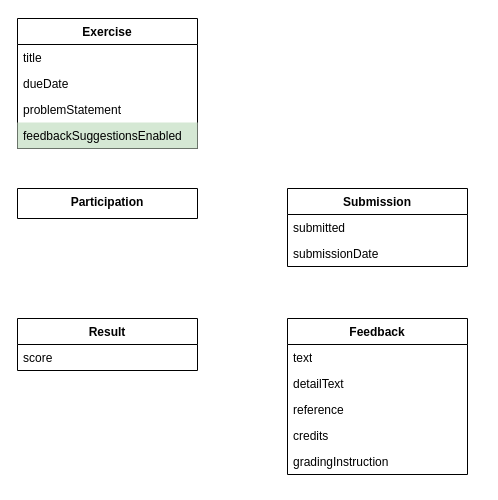
Earlier version of the draw.io diagram page "artemis" (1 of 2) of figures/src/db-class-diagram.drawio (pal03377/master-thesis). Source tidied: cells renumbered, new cells numbered last; positions are measured from the earlier drawing's top-left corner, leaving out a move shared by most shapes. Both pictures are drawn from the tidied source at 100%, with x=0, y=0 at pixel (17, 18).
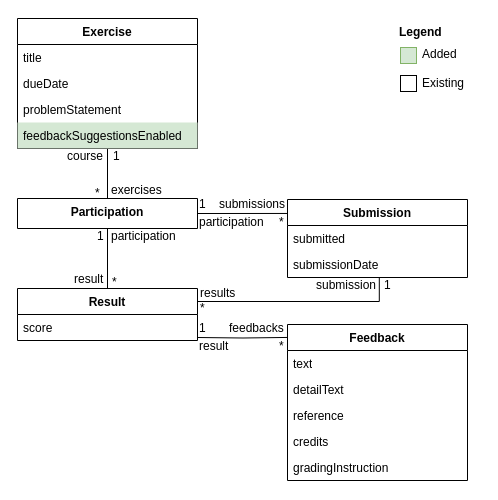
The same diagram, later.

The change refers to these unchanged cells:
```xml
<mxCell id="2" value="Exercise" style="swimlane;fontStyle=1;align=center;verticalAlign=top;horizontal=1;startSize=26;whiteSpace=wrap;html=1;" parent="1" vertex="1">
  <mxGeometry width="180" height="130" as="geometry" />
</mxCell>
<mxCell id="10" value="submissionDate" style="text;strokeColor=none;fillColor=none;align=left;verticalAlign=top;spacingLeft=4;spacingRight=4;overflow=hidden;points=[[0,0.5],[1,0.5]];portConstraint=eastwest;whiteSpace=wrap;html=1;" parent="8" vertex="1">
  <mxGeometry y="52" width="180" height="26" as="geometry" />
</mxCell>
```

The edit, as a diff of the source:
```diff
@@
+    <mxCell id="19" style="edgeStyle=orthogonalEdgeStyle;rounded=0;jettySize=auto;html=1;exitX=0.5;exitY=1;exitDx=0;exitDy=0;entryX=0.5;entryY=0;entryDx=0;entryDy=0;endArrow=none;endFill=0;" parent="1" edge="1" source="2" target="7">
+      <mxGeometry relative="1" as="geometry" />
+    </mxCell>
@@
+    <mxCell id="20" style="edgeStyle=orthogonalEdgeStyle;rounded=0;jettySize=auto;html=1;exitX=1;exitY=0.5;exitDx=0;exitDy=0;entryX=0.004;entryY=0.179;entryDx=0;entryDy=0;entryPerimeter=0;endArrow=none;endFill=0;" parent="1" edge="1" source="7" target="8">
+      <mxGeometry relative="1" as="geometry" />
+    </mxCell>
+    <mxCell id="21" style="edgeStyle=orthogonalEdgeStyle;rounded=0;jettySize=auto;html=1;exitX=0.5;exitY=1;exitDx=0;exitDy=0;entryX=0.5;entryY=0;entryDx=0;entryDy=0;endArrow=none;endFill=0;" parent="1" edge="1" source="7" target="11">
+      <mxGeometry relative="1" as="geometry" />
+    </mxCell>
     <mxCell id="7" value="Participation" style="swimlane;fontStyle=1;align=center;verticalAlign=top;horizontal=1;startSize=30;whiteSpace=wrap;html=1;" parent="1" vertex="1">
-      <mxGeometry y="170" width="180" height="30" as="geometry" />
+      <mxGeometry y="180" width="180" height="30" as="geometry" />
     </mxCell>
     <mxCell id="8" value="Submission" style="swimlane;fontStyle=1;align=center;verticalAlign=top;horizontal=1;startSize=26;whiteSpace=wrap;html=1;" parent="1" vertex="1">
-      <mxGeometry x="270" y="170" width="180" height="78" as="geometry" />
+      <mxGeometry x="270" y="181" width="180" height="78" as="geometry" />
     </mxCell>
@@
+    <mxCell id="22" style="edgeStyle=orthogonalEdgeStyle;rounded=0;jettySize=auto;html=1;exitX=1;exitY=0.25;exitDx=0;exitDy=0;entryX=0;entryY=0.083;entryDx=0;entryDy=0;entryPerimeter=0;endArrow=none;endFill=0;" parent="1" edge="1" target="13">
+      <mxGeometry relative="1" as="geometry">
+        <mxPoint x="180" y="319" as="sourcePoint" />
+      </mxGeometry>
+    </mxCell>
+    <mxCell id="23" style="edgeStyle=orthogonalEdgeStyle;rounded=0;jettySize=auto;html=1;exitX=1;exitY=0.25;exitDx=0;exitDy=0;entryX=0.51;entryY=1.004;entryDx=0;entryDy=0;entryPerimeter=0;endArrow=none;endFill=0;" parent="1" edge="1" source="11" target="10">
+      <mxGeometry relative="1" as="geometry" />
+    </mxCell>
     <mxCell id="11" value="Result" style="swimlane;fontStyle=1;align=center;verticalAlign=top;horizontal=1;startSize=26;whiteSpace=wrap;html=1;" parent="1" vertex="1">
-      <mxGeometry y="300" width="180" height="52" as="geometry" />
+      <mxGeometry y="270" width="180" height="52" as="geometry" />
     </mxCell>
@@
     <mxCell id="13" value="Feedback" style="swimlane;fontStyle=1;align=center;verticalAlign=top;horizontal=1;startSize=26;whiteSpace=wrap;html=1;" parent="1" vertex="1">
-      <mxGeometry x="270" y="300" width="180" height="156" as="geometry" />
+      <mxGeometry x="270" y="306" width="180" height="156" as="geometry" />
     </mxCell>
@@
+    <mxCell id="24" value="course" style="text;html=1;strokeColor=none;fillColor=none;align=left;verticalAlign=middle;whiteSpace=wrap;rounded=0;" parent="1" vertex="1">
+      <mxGeometry x="48" y="133" width="46" height="10" as="geometry" />
+    </mxCell>
+    <mxCell id="25" value="1" style="text;html=1;strokeColor=none;fillColor=none;align=left;verticalAlign=middle;whiteSpace=wrap;rounded=0;" parent="1" vertex="1">
+      <mxGeometry x="94" y="133" width="16" height="10" as="geometry" />
+    </mxCell>
+    <mxCell id="26" value="*" style="text;html=1;strokeColor=none;fillColor=none;align=left;verticalAlign=middle;whiteSpace=wrap;rounded=0;" parent="1" vertex="1">
+      <mxGeometry x="76" y="170" width="16" height="10" as="geometry" />
+    </mxCell>
+    <mxCell id="27" value="exercises" style="text;html=1;strokeColor=none;fillColor=none;align=left;verticalAlign=middle;whiteSpace=wrap;rounded=0;" parent="1" vertex="1">
+      <mxGeometry x="92" y="167" width="58" height="10" as="geometry" />
+    </mxCell>
+    <mxCell id="28" value="submissions" style="text;html=1;strokeColor=none;fillColor=none;align=left;verticalAlign=middle;whiteSpace=wrap;rounded=0;" parent="1" vertex="1">
+      <mxGeometry x="200" y="181" width="70" height="10" as="geometry" />
+    </mxCell>
+    <mxCell id="29" value="participation" style="text;html=1;strokeColor=none;fillColor=none;align=left;verticalAlign=middle;whiteSpace=wrap;rounded=0;" parent="1" vertex="1">
+      <mxGeometry x="180" y="199" width="70" height="10" as="geometry" />
+    </mxCell>
+    <mxCell id="30" value="*" style="text;html=1;strokeColor=none;fillColor=none;align=left;verticalAlign=middle;whiteSpace=wrap;rounded=0;" parent="1" vertex="1">
+      <mxGeometry x="260" y="199" width="10" height="10" as="geometry" />
+    </mxCell>
+    <mxCell id="31" value="1" style="text;html=1;strokeColor=none;fillColor=none;align=left;verticalAlign=middle;whiteSpace=wrap;rounded=0;" parent="1" vertex="1">
+      <mxGeometry x="180" y="181" width="10" height="10" as="geometry" />
+    </mxCell>
+    <mxCell id="32" value="participation" style="text;html=1;strokeColor=none;fillColor=none;align=left;verticalAlign=middle;whiteSpace=wrap;rounded=0;" parent="1" vertex="1">
+      <mxGeometry x="92" y="213" width="70" height="10" as="geometry" />
+    </mxCell>
+    <mxCell id="33" value="1" style="text;html=1;strokeColor=none;fillColor=none;align=left;verticalAlign=middle;whiteSpace=wrap;rounded=0;" parent="1" vertex="1">
+      <mxGeometry x="78" y="213" width="16" height="10" as="geometry" />
+    </mxCell>
+    <mxCell id="34" value="result" style="text;html=1;strokeColor=none;fillColor=none;align=left;verticalAlign=middle;whiteSpace=wrap;rounded=0;" parent="1" vertex="1">
+      <mxGeometry x="55" y="256" width="36" height="10" as="geometry" />
+    </mxCell>
+    <mxCell id="35" value="*" style="text;html=1;strokeColor=none;fillColor=none;align=left;verticalAlign=middle;whiteSpace=wrap;rounded=0;" parent="1" vertex="1">
+      <mxGeometry x="93" y="259" width="16" height="10" as="geometry" />
+    </mxCell>
+    <mxCell id="36" value="feedbacks" style="text;html=1;strokeColor=none;fillColor=none;align=left;verticalAlign=middle;whiteSpace=wrap;rounded=0;" parent="1" vertex="1">
+      <mxGeometry x="210" y="305" width="60" height="10" as="geometry" />
+    </mxCell>
+    <mxCell id="37" value="result" style="text;html=1;strokeColor=none;fillColor=none;align=left;verticalAlign=middle;whiteSpace=wrap;rounded=0;" parent="1" vertex="1">
+      <mxGeometry x="180" y="323" width="70" height="10" as="geometry" />
+    </mxCell>
+    <mxCell id="38" value="*" style="text;html=1;strokeColor=none;fillColor=none;align=left;verticalAlign=middle;whiteSpace=wrap;rounded=0;" parent="1" vertex="1">
+      <mxGeometry x="260" y="323" width="10" height="10" as="geometry" />
+    </mxCell>
+    <mxCell id="39" value="1" style="text;html=1;strokeColor=none;fillColor=none;align=left;verticalAlign=middle;whiteSpace=wrap;rounded=0;" parent="1" vertex="1">
+      <mxGeometry x="180" y="305" width="10" height="10" as="geometry" />
+    </mxCell>
+    <mxCell id="40" value="submission" style="text;html=1;strokeColor=none;fillColor=none;align=left;verticalAlign=middle;whiteSpace=wrap;rounded=0;" parent="1" vertex="1">
+      <mxGeometry x="297" y="262" width="70" height="10" as="geometry" />
+    </mxCell>
+    <mxCell id="41" value="1" style="text;html=1;strokeColor=none;fillColor=none;align=left;verticalAlign=middle;whiteSpace=wrap;rounded=0;" parent="1" vertex="1">
+      <mxGeometry x="365" y="262" width="16" height="10" as="geometry" />
+    </mxCell>
+    <mxCell id="42" value="results" style="text;html=1;strokeColor=none;fillColor=none;align=left;verticalAlign=middle;whiteSpace=wrap;rounded=0;" parent="1" vertex="1">
+      <mxGeometry x="181" y="270" width="70" height="10" as="geometry" />
+    </mxCell>
+    <mxCell id="43" value="*" style="text;html=1;strokeColor=none;fillColor=none;align=left;verticalAlign=middle;whiteSpace=wrap;rounded=0;" parent="1" vertex="1">
+      <mxGeometry x="181" y="285" width="16" height="10" as="geometry" />
+    </mxCell>
+    <mxCell id="44" style="group;" parent="1" vertex="1">
+      <mxGeometry x="380" y="-1" width="83" height="106" as="geometry" />
+    </mxCell>
+    <mxCell id="45" value="Legend" style="text;html=1;strokeColor=none;fillColor=none;align=left;verticalAlign=middle;whiteSpace=wrap;rounded=0;fontStyle=1;" parent="44" vertex="1">
+      <mxGeometry width="60" height="30" as="geometry" />
+    </mxCell>
+    <mxCell id="46" style="rounded=0;whiteSpace=wrap;html=1;fillColor=#d5e8d4;strokeColor=#82b366;" parent="44" vertex="1">
+      <mxGeometry x="3" y="30" width="16" height="16" as="geometry" />
+    </mxCell>
+    <mxCell id="47" style="rounded=0;whiteSpace=wrap;html=1;" parent="44" vertex="1">
+      <mxGeometry x="3" y="58" width="16" height="16" as="geometry" />
+    </mxCell>
+    <mxCell id="48" value="Added" style="text;html=1;strokeColor=none;fillColor=none;align=left;verticalAlign=middle;whiteSpace=wrap;rounded=0;fontStyle=0;" parent="44" vertex="1">
+      <mxGeometry x="23" y="22" width="60" height="30" as="geometry" />
+    </mxCell>
+    <mxCell id="49" value="Existing" style="text;html=1;strokeColor=none;fillColor=none;align=left;verticalAlign=middle;whiteSpace=wrap;rounded=0;fontStyle=0;" parent="44" vertex="1">
+      <mxGeometry x="23" y="51" width="60" height="30" as="geometry" />
+    </mxCell>
```
